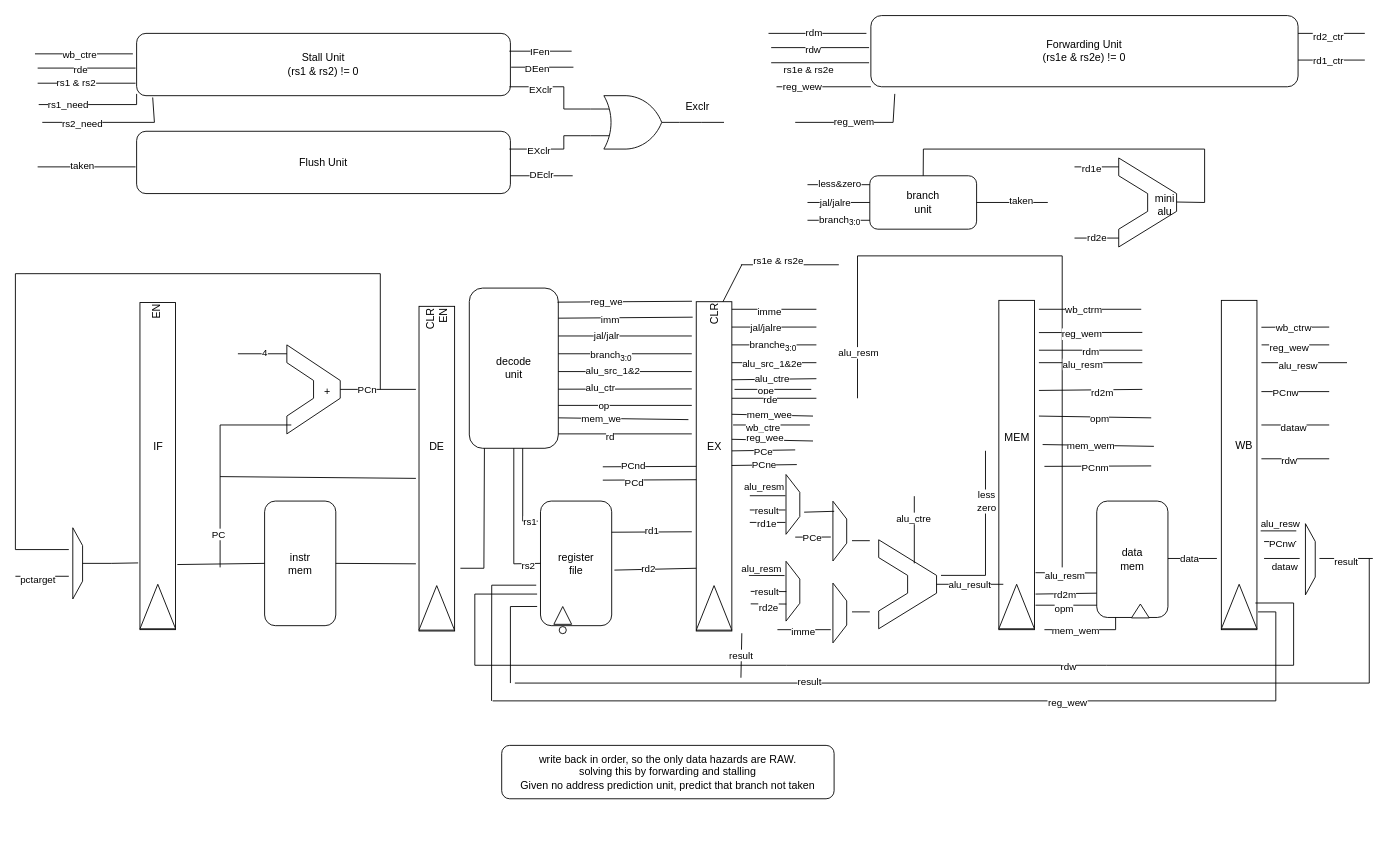
Above: Schematic.drawio in kanosukii/rvcore_5stages (draw.io), before the change. Source tidied: cells renumbered, new cells numbered last; positions are measured from the earlier drawing's top-left corner, leaving out a move shared by most shapes. Both pictures are drawn from the tidied source at 89%, with x=0, y=0 at pixel (-6, 15).
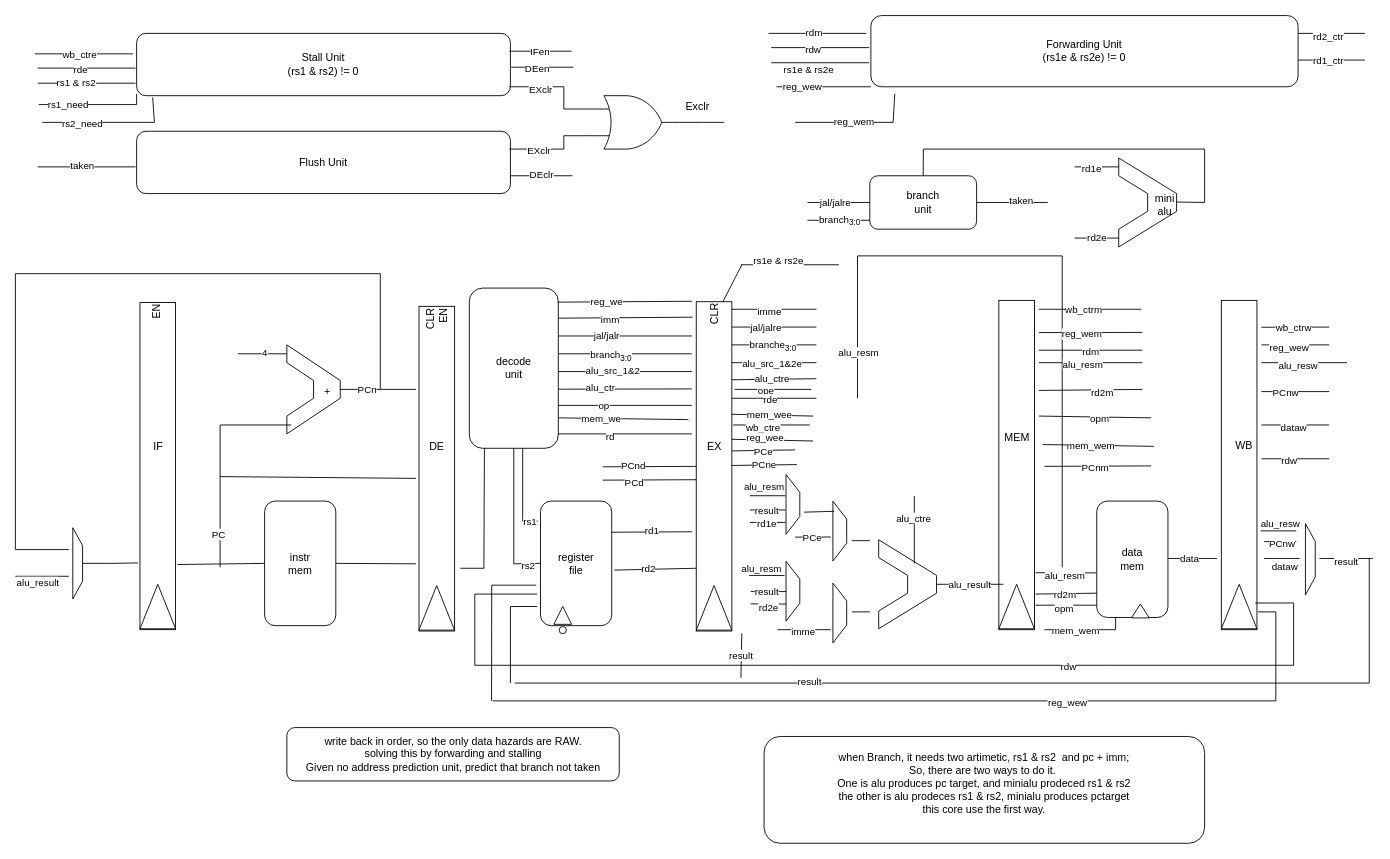
The same page after the edit.

Unchanged cells that the change refers to:
```xml
<mxCell id="42" style="endArrow=none;html=1;rounded=0;" parent="1" edge="1">
  <mxGeometry relative="1" as="geometry">
    <mxPoint x="23.8" y="630" as="sourcePoint" />
    <mxPoint x="83.8" y="630" as="targetPoint" />
  </mxGeometry>
</mxCell>
<mxCell id="243" style="group;" parent="1" vertex="1">
  <mxGeometry x="993.8" y="589" width="65" height="100" as="geometry" />
</mxCell>
```

What changed in the source:
```diff
@@
     <mxCell id="2" value="write back in order, so the only data hazards are RAW.&lt;div&gt;solving this by forwarding and stalling&lt;/div&gt;&lt;div&gt;Given no address prediction unit, predict that branch not taken&lt;/div&gt;" style="rounded=1;whiteSpace=wrap;html=1;" parent="1" vertex="1">
-      <mxGeometry x="570.2" y="820" width="373.5" height="60" as="geometry" />
+      <mxGeometry x="328.8" y="800" width="373.5" height="60" as="geometry" />
     </mxCell>
@@
-    <mxCell id="43" value="pctarget" style="edgeLabel;html=1;align=center;verticalAlign=middle;" parent="42" vertex="1">
-      <mxGeometry x="-0.16" y="-3" relative="1" as="geometry" />
-    </mxCell>
+    <mxCell id="260" value="alu_result" style="edgeLabel;html=1;align=center;verticalAlign=middle;" parent="42" vertex="1">
+      <mxGeometry x="-0.16" y="-6" relative="1" as="geometry" />
+    </mxCell>
@@
-    <mxCell id="66" style="endArrow=none;html=1;rounded=0;" parent="1" edge="1">
-      <mxGeometry relative="1" as="geometry">
-        <mxPoint x="913.8" y="190" as="sourcePoint" />
-        <mxPoint x="983.8" y="190" as="targetPoint" />
-      </mxGeometry>
-    </mxCell>
-    <mxCell id="67" value="less&amp;amp;zero" style="edgeLabel;html=1;align=center;verticalAlign=middle;" parent="66" vertex="1">
-      <mxGeometry x="0.03" y="2" relative="1" as="geometry" />
-    </mxCell>
@@
-    <mxCell id="250" style="endArrow=none;html=1;rounded=0;" parent="243" edge="1">
-      <mxGeometry relative="1" as="geometry">
-        <mxPoint x="70" y="40" as="sourcePoint" />
-        <mxPoint x="120" y="-100" as="targetPoint" />
-        <Array as="points">
-          <mxPoint x="120" y="40" />
-        </Array>
-      </mxGeometry>
-    </mxCell>
-    <mxCell id="251" value="less&lt;div&gt;zero&lt;/div&gt;" style="edgeLabel;html=1;align=center;verticalAlign=middle;" parent="250" vertex="1">
-      <mxGeometry x="0.41" y="-1" relative="1" as="geometry" />
-    </mxCell>
@@
+    <mxCell id="261" value="when Branch, it needs two artimetic, rs1 &amp;amp; rs2&amp;nbsp; and pc + imm;&lt;div&gt;So, there are two ways to do it.&amp;nbsp;&lt;/div&gt;&lt;div&gt;One is alu produces pc target, and minialu prodeced rs1 &amp;amp; rs2&lt;/div&gt;&lt;div&gt;the other is alu prodeces rs1 &amp;amp; rs2, minialu produces pctarget&lt;/div&gt;&lt;div&gt;this core use the first way.&lt;/div&gt;&lt;div&gt;&lt;br&gt;&lt;/div&gt;" style="rounded=1;whiteSpace=wrap;html=1;" parent="1" vertex="1">
+      <mxGeometry x="865" y="810" width="495" height="120" as="geometry" />
+    </mxCell>
```
